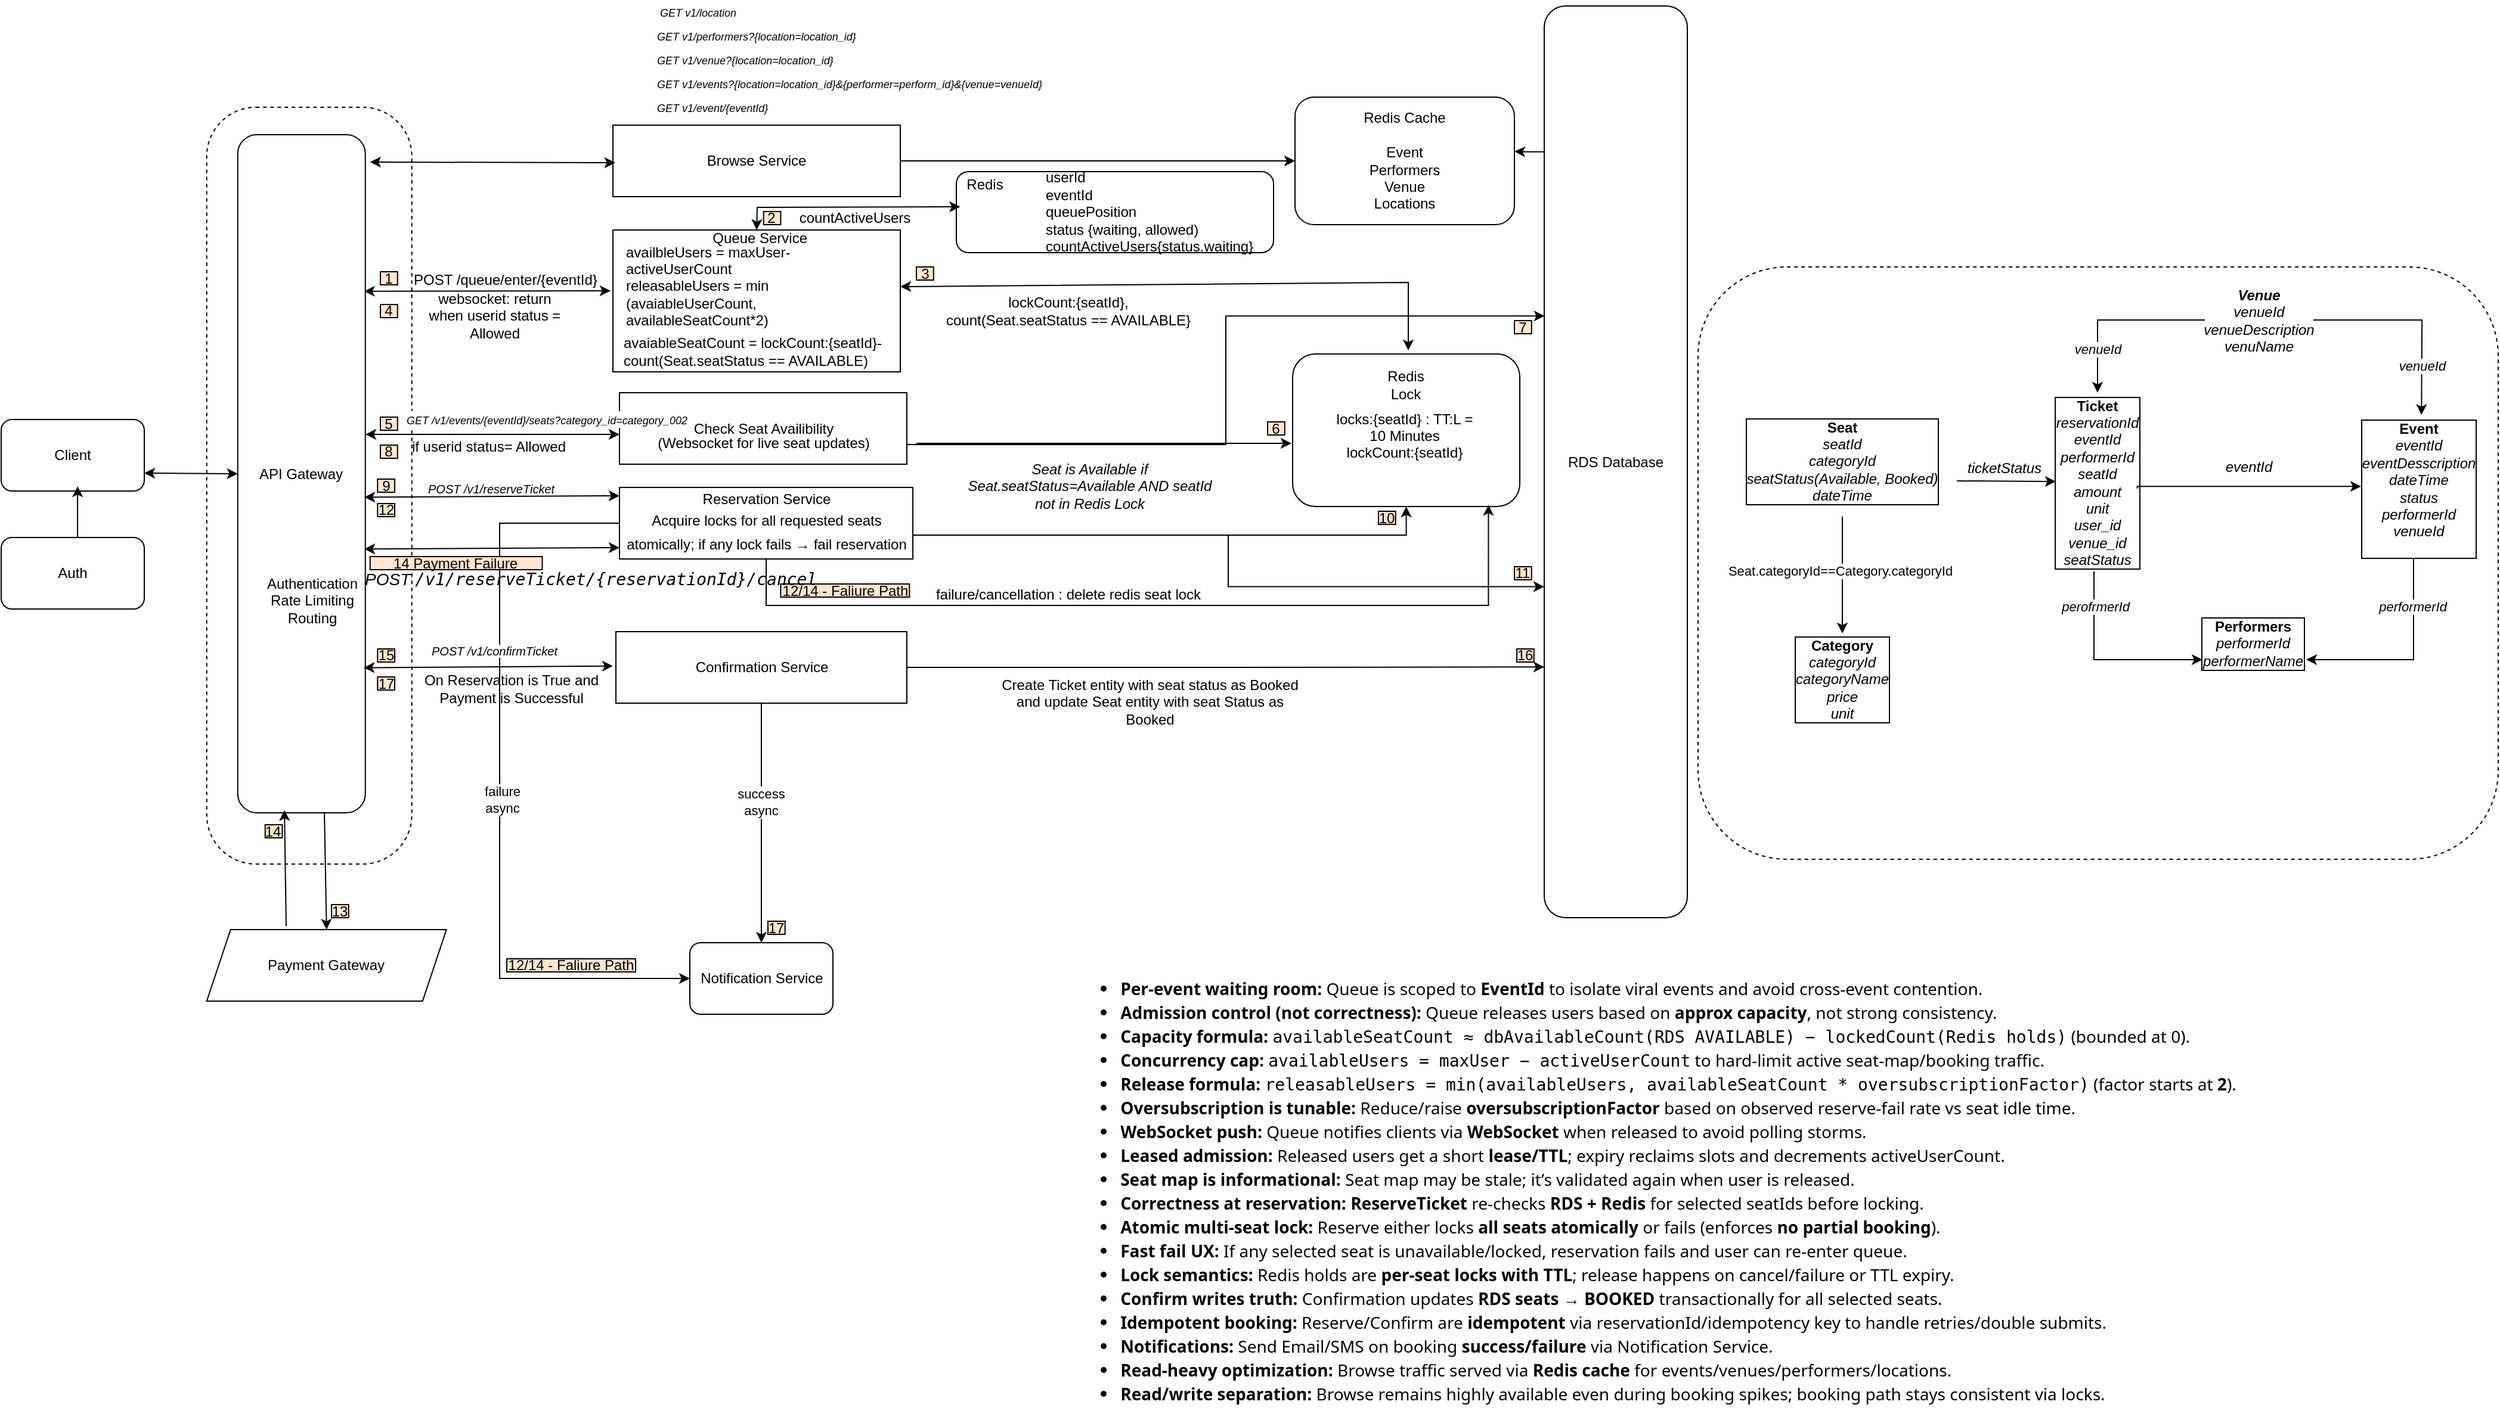
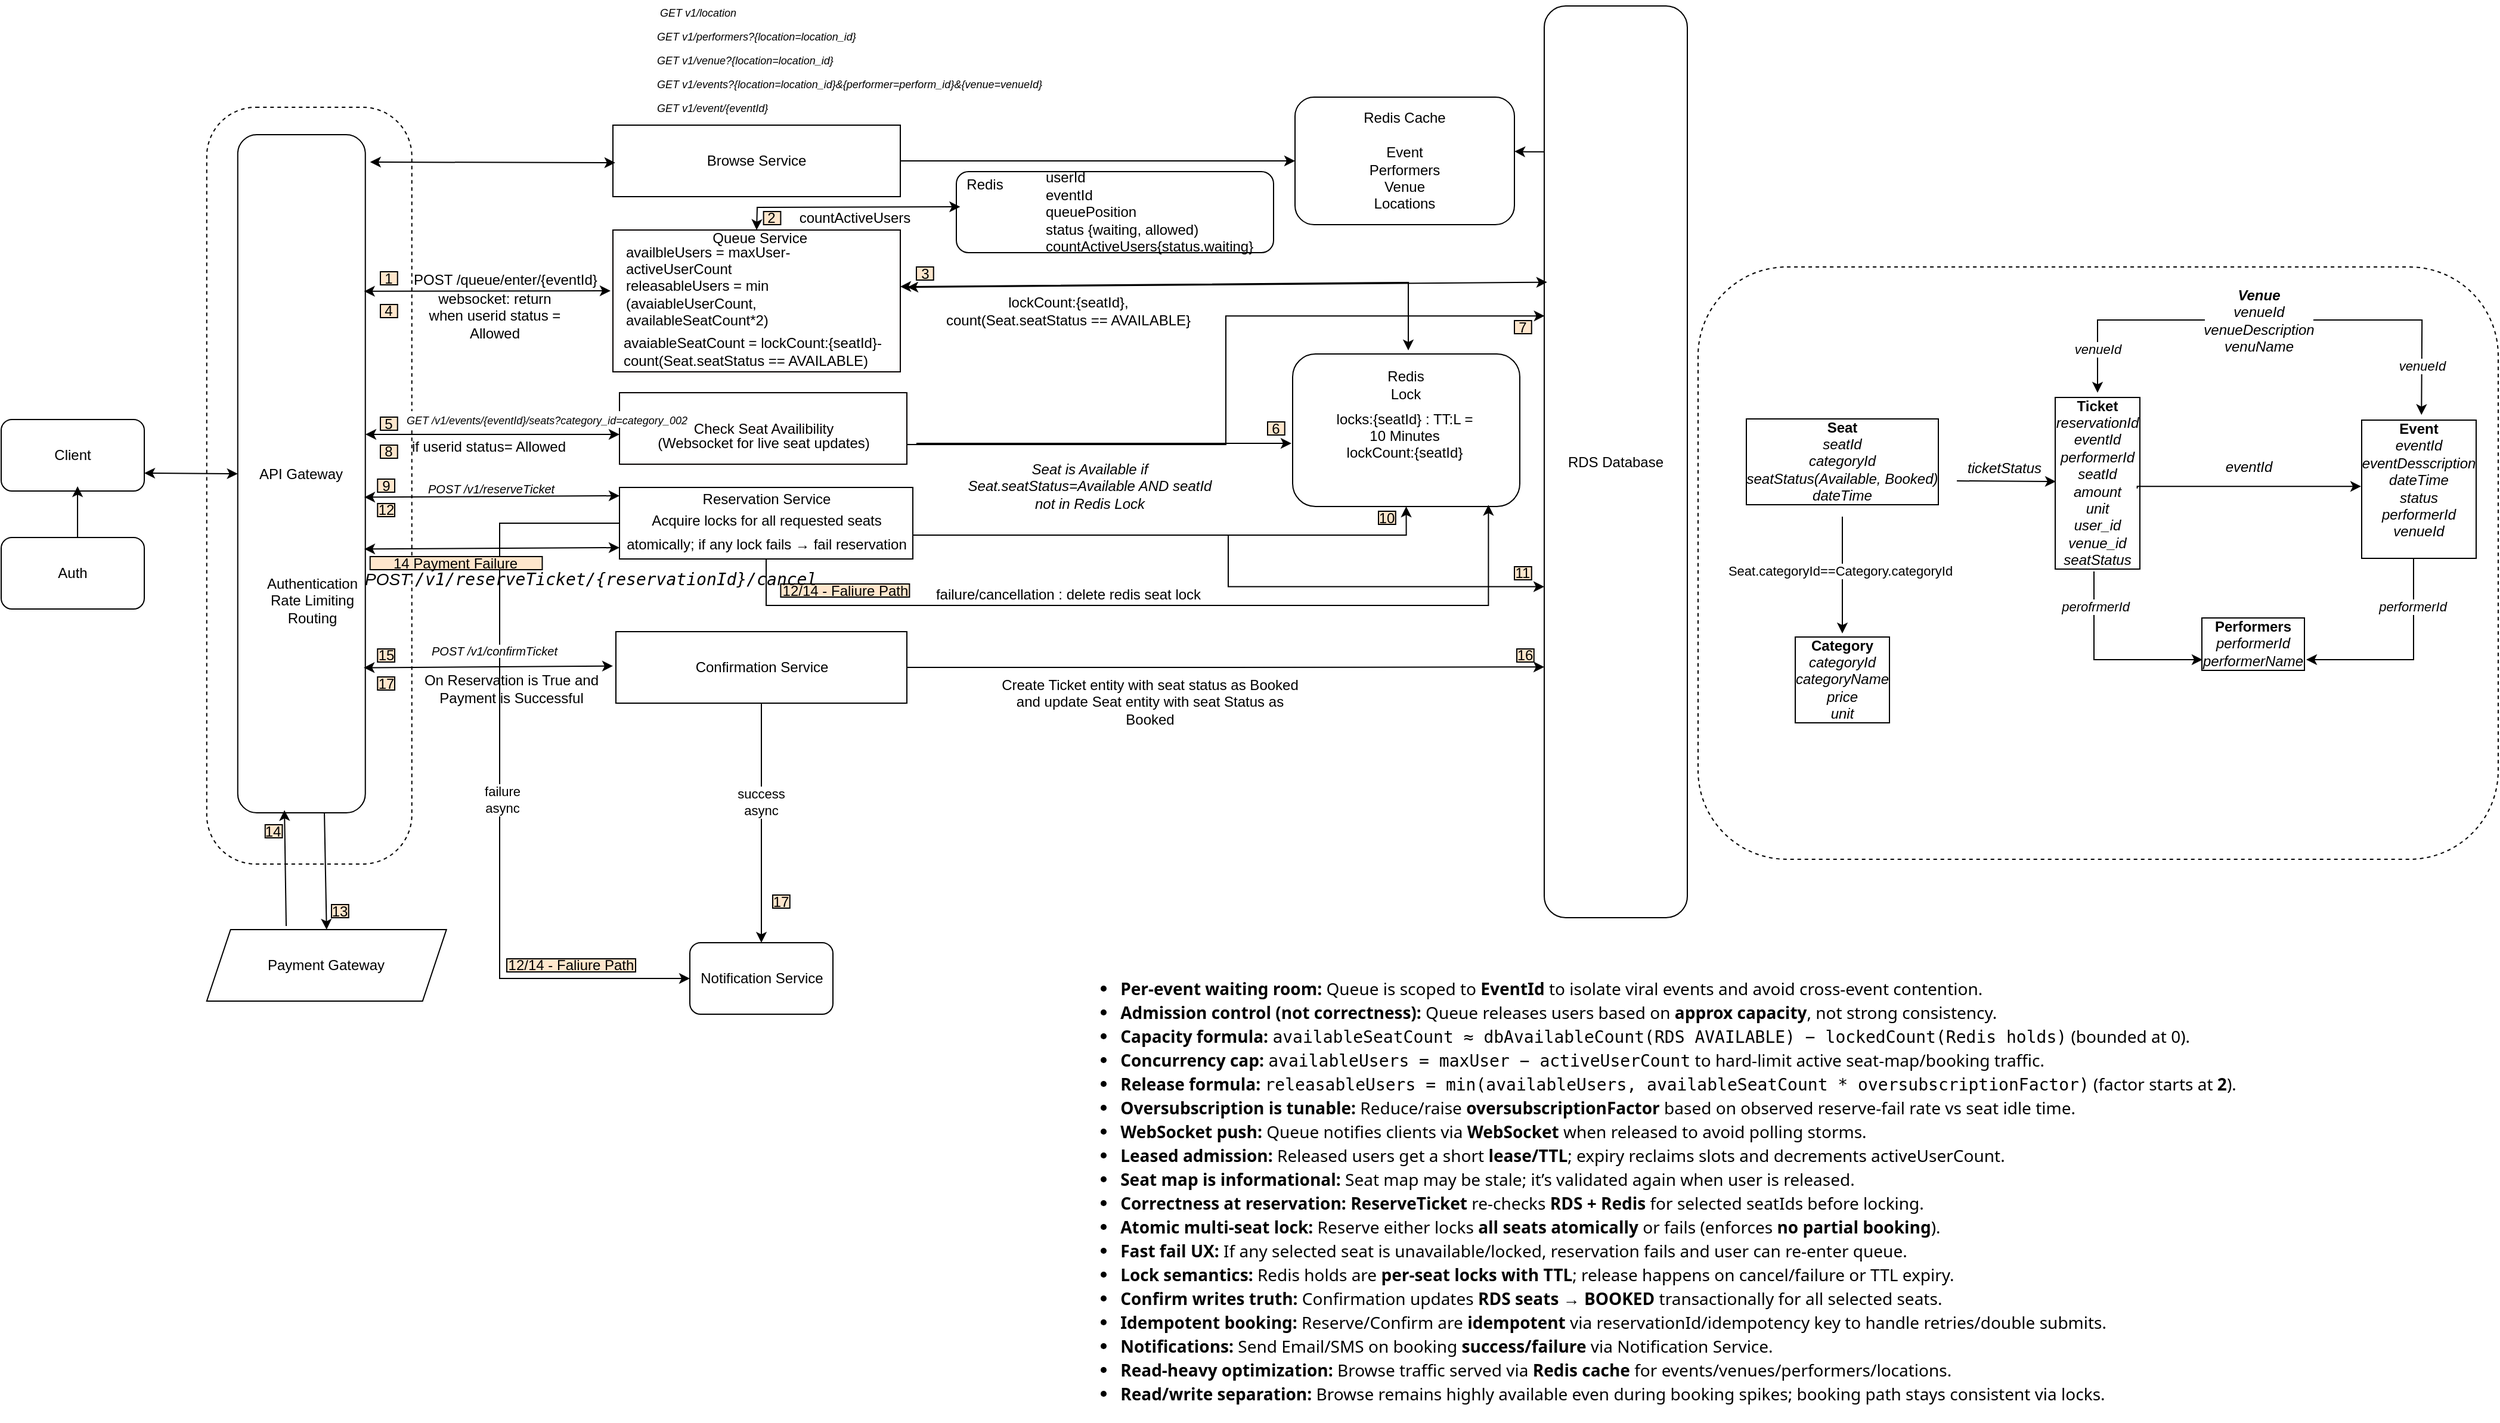
<mxfile host="Electron">
  <diagram name="Page-1" id="JTlsOs62jDvSGpNJLs1I">
-     <mxGraphModel dx="905" dy="1693" grid="0" gridSize="10" guides="1" tooltips="1" connect="1" arrows="1" fold="1" page="1" pageScale="1" pageWidth="850" pageHeight="1100" math="0" shadow="0">
+     <mxGraphModel dx="1030" dy="1856" grid="0" gridSize="10" guides="1" tooltips="1" connect="1" arrows="1" fold="1" page="1" pageScale="1" pageWidth="850" pageHeight="1100" math="0" shadow="0">
      <root>
        <mxCell id="0" />
        <mxCell id="1" parent="0" />
        <mxCell id="8WxnnMFKF0vpLti6PXvg-32" parent="1" style="rounded=1;whiteSpace=wrap;html=1;fillColor=none;dashed=1;" value="" vertex="1">
          <mxGeometry height="497" width="671" x="1471" y="112" as="geometry" />
        </mxCell>
        <mxCell id="8WxnnMFKF0vpLti6PXvg-46" parent="1" style="rounded=0;whiteSpace=wrap;html=1;strokeColor=#050000;fontColor=#FEFAE0;fillColor=none;" value="&lt;font style=&quot;color: rgb(5, 0, 0);&quot;&gt;Check Seat Availibility&lt;/font&gt;" vertex="1">
          <mxGeometry height="60" width="241" x="566.5" y="217.5" as="geometry" />
        </mxCell>
        <mxCell id="dMjLUbfOzXkTQUA531XS-1" parent="1" style="rounded=1;whiteSpace=wrap;html=1;" value="Client" vertex="1">
          <mxGeometry height="60" width="120" x="48" y="240" as="geometry" />
        </mxCell>
        <mxCell id="dMjLUbfOzXkTQUA531XS-3" edge="1" parent="1" style="endArrow=classic;startArrow=classic;html=1;rounded=0;exitX=0.464;exitY=1.008;exitDx=0;exitDy=0;exitPerimeter=0;" value="">
          <mxGeometry height="50" relative="1" width="50" as="geometry">
            <mxPoint x="112.04999999999984" y="296" as="sourcePoint" />
            <mxPoint x="112" y="366.02" as="targetPoint" />
          </mxGeometry>
        </mxCell>
        <mxCell id="dMjLUbfOzXkTQUA531XS-5" parent="1" style="rounded=1;whiteSpace=wrap;html=1;" value="Auth" vertex="1">
          <mxGeometry height="60" width="120" x="48" y="339" as="geometry" />
        </mxCell>
        <mxCell id="dMjLUbfOzXkTQUA531XS-8" parent="1" style="text;html=1;whiteSpace=wrap;strokeColor=none;fillColor=none;align=center;verticalAlign=middle;rounded=0;" value="JWT Authorizer" vertex="1">
          <mxGeometry height="30" width="88" x="269.37" y="116" as="geometry" />
        </mxCell>
        <mxCell id="dMjLUbfOzXkTQUA531XS-7" parent="1" style="rounded=1;whiteSpace=wrap;html=1;dashed=1;arcSize=24;" value="" vertex="1">
          <mxGeometry height="635" width="172" x="220.37" y="-22" as="geometry" />
        </mxCell>
        <mxCell id="dMjLUbfOzXkTQUA531XS-6" parent="1" style="rounded=1;whiteSpace=wrap;html=1;" value="API Gateway" vertex="1">
          <mxGeometry height="569" width="107" x="246.37" y="1" as="geometry" />
        </mxCell>
        <mxCell id="dMjLUbfOzXkTQUA531XS-13" edge="1" parent="1" source="dMjLUbfOzXkTQUA531XS-1" style="endArrow=classic;startArrow=classic;html=1;rounded=0;exitX=1;exitY=0.75;exitDx=0;exitDy=0;entryX=0;entryY=0.5;entryDx=0;entryDy=0;" target="dMjLUbfOzXkTQUA531XS-6" value="">
          <mxGeometry height="50" relative="1" width="50" as="geometry">
            <mxPoint x="188.37" y="358.5" as="sourcePoint" />
            <mxPoint x="463.37" y="318" as="targetPoint" />
          </mxGeometry>
        </mxCell>
        <mxCell id="dMjLUbfOzXkTQUA531XS-14" parent="1" style="text;html=1;whiteSpace=wrap;strokeColor=none;fillColor=none;align=center;verticalAlign=middle;rounded=0;" value="Authentication&lt;div&gt;Rate Limiting&lt;/div&gt;&lt;div&gt;Routing&lt;/div&gt;" vertex="1">
          <mxGeometry height="40" width="60" x="279.37" y="372" as="geometry" />
        </mxCell>
        <mxCell id="dMjLUbfOzXkTQUA531XS-15" parent="1" style="rounded=0;whiteSpace=wrap;html=1;" value="Browse Service" vertex="1">
          <mxGeometry height="60" width="241" x="561" y="-7" as="geometry" />
        </mxCell>
        <mxCell id="dMjLUbfOzXkTQUA531XS-84" edge="1" parent="1" style="edgeStyle=orthogonalEdgeStyle;rounded=0;orthogonalLoop=1;jettySize=auto;html=1;">
          <mxGeometry relative="1" as="geometry">
            <Array as="points">
              <mxPoint x="2071" y="441.5" />
            </Array>
            <mxPoint x="2071" y="356.5" as="sourcePoint" />
            <mxPoint x="1981" y="441.5" as="targetPoint" />
          </mxGeometry>
        </mxCell>
        <mxCell id="dMjLUbfOzXkTQUA531XS-90" connectable="0" parent="dMjLUbfOzXkTQUA531XS-84" style="edgeLabel;html=1;align=center;verticalAlign=middle;resizable=0;points=[];" value="&lt;i&gt;performerId&lt;/i&gt;" vertex="1">
          <mxGeometry relative="1" x="-0.5429" y="-1" as="geometry">
            <mxPoint as="offset" />
          </mxGeometry>
        </mxCell>
        <mxCell id="dMjLUbfOzXkTQUA531XS-21" parent="1" style="text;html=1;strokeColor=none;fillColor=none;align=center;verticalAlign=middle;rounded=0;labelBorderColor=default;" value="&lt;b&gt;Event&lt;/b&gt;&lt;br&gt;&lt;i&gt;eventId&lt;br&gt;eventDesscription&lt;br&gt;dateTime&lt;br&gt;status&lt;br&gt;performerId&lt;br&gt;venueId&lt;br&gt;&lt;br&gt;&lt;/i&gt;" vertex="1">
          <mxGeometry height="100" width="114" x="2018" y="247.5" as="geometry" />
        </mxCell>
        <mxCell id="dMjLUbfOzXkTQUA531XS-86" edge="1" parent="1" source="dMjLUbfOzXkTQUA531XS-25" style="edgeStyle=orthogonalEdgeStyle;rounded=0;orthogonalLoop=1;jettySize=auto;html=1;entryX=0.5;entryY=0;entryDx=0;entryDy=0;" target="dMjLUbfOzXkTQUA531XS-34">
          <mxGeometry relative="1" as="geometry" />
        </mxCell>
        <mxCell id="dMjLUbfOzXkTQUA531XS-88" connectable="0" parent="dMjLUbfOzXkTQUA531XS-86" style="edgeLabel;html=1;align=center;verticalAlign=middle;resizable=0;points=[];" value="&lt;i&gt;venueId&lt;/i&gt;" vertex="1">
          <mxGeometry relative="1" x="0.5068" as="geometry">
            <mxPoint as="offset" />
          </mxGeometry>
        </mxCell>
        <mxCell id="dMjLUbfOzXkTQUA531XS-87" edge="1" parent="1" source="dMjLUbfOzXkTQUA531XS-25" style="edgeStyle=orthogonalEdgeStyle;rounded=0;orthogonalLoop=1;jettySize=auto;html=1;">
          <mxGeometry relative="1" as="geometry">
            <mxPoint x="2077.647216796875" y="236.14708754595586" as="targetPoint" />
          </mxGeometry>
        </mxCell>
        <mxCell id="dMjLUbfOzXkTQUA531XS-89" connectable="0" parent="dMjLUbfOzXkTQUA531XS-87" style="edgeLabel;html=1;align=center;verticalAlign=middle;resizable=0;points=[];" value="&lt;i&gt;venueId&lt;/i&gt;" vertex="1">
          <mxGeometry relative="1" x="0.5135" as="geometry">
            <mxPoint as="offset" />
          </mxGeometry>
        </mxCell>
        <mxCell id="dMjLUbfOzXkTQUA531XS-25" parent="1" style="text;html=1;whiteSpace=wrap;strokeColor=none;fillColor=none;align=center;verticalAlign=middle;rounded=0;" value="&lt;i&gt;&lt;b&gt;Venue&lt;/b&gt;&lt;br&gt;venueId&lt;br&gt;venueDescription&lt;br&gt;venuName&lt;/i&gt;&lt;span style=&quot;color: rgba(0, 0, 0, 0); font-family: monospace; font-size: 0px; text-align: start; text-wrap-mode: nowrap;&quot;&gt;%3CmxGraphModel%3E%3Croot%3E%3CmxCell%20id%3D%220%22%2F%3E%3CmxCell%20id%3D%221%22%20parent%3D%220%22%2F%3E%3CmxCell%20id%3D%222%22%20parent%3D%221%22%20style%3D%22text%3Bhtml%3D1%3BwhiteSpace%3Dwrap%3BstrokeColor%3Dnone%3BfillColor%3Dnone%3Balign%3Dcenter%3BverticalAlign%3Dmiddle%3Brounded%3D0%3B%22%20value%3D%22%26lt%3Bb%26gt%3BEvent%26lt%3B%2Fb%26gt%3B%26lt%3Bbr%26gt%3B%26lt%3Bi%26gt%3BeventId%26lt%3Bbr%26gt%3BeventDesscription%26lt%3Bbr%26gt%3BdateTime%26lt%3Bbr%26gt%3Bstatus%26lt%3Bbr%26gt%3B%26lt%3Bbr%26gt%3B%26lt%3B%2Fi%26gt%3B%22%20vertex%3D%221%22%3E%3CmxGeometry%20height%3D%2233%22%20width%3D%22196%22%20x%3D%221063%22%20y%3D%22-10%22%20as%3D%22geometry%22%2F%3E%3C%2FmxCell%3E%3C%2Froot%3E%3C%2FmxGraphModel%3E&lt;/span&gt;" vertex="1">
          <mxGeometry height="67" width="91" x="1896" y="123" as="geometry" />
        </mxCell>
        <mxCell id="dMjLUbfOzXkTQUA531XS-26" parent="1" style="text;html=1;whiteSpace=wrap;strokeColor=none;fillColor=none;align=center;verticalAlign=middle;rounded=0;labelBorderColor=default;" value="&lt;b&gt;Performers&lt;/b&gt;&lt;br&gt;&lt;i&gt;performerId&lt;br&gt;performerName&lt;/i&gt;" vertex="1">
          <mxGeometry height="57" width="73" x="1900" y="399" as="geometry" />
        </mxCell>
        <mxCell id="dMjLUbfOzXkTQUA531XS-27" parent="1" style="text;html=1;whiteSpace=wrap;strokeColor=none;fillColor=none;align=left;verticalAlign=middle;rounded=0;fontFamily=Helvetica;" value="&lt;div style=&quot;line-height: 19px; white-space: pre;&quot;&gt;&lt;div style=&quot;line-height: 19px;&quot;&gt;&lt;div style=&quot;line-height: 19px;&quot;&gt;&lt;div style=&quot;line-height: 19px;&quot;&gt;&lt;div style=&quot;line-height: 19px;&quot;&gt;&lt;div style=&quot;line-height: 19px;&quot;&gt;&lt;div style=&quot;line-height: 19px;&quot;&gt;&lt;i style=&quot;&quot;&gt;&lt;font style=&quot;font-size: 9px;&quot;&gt;&lt;span&gt;&amp;nbsp;GET v&lt;/span&gt;&lt;span&gt;1&lt;/span&gt;&lt;span&gt;/location&lt;br&gt;&lt;/span&gt;&lt;/font&gt;&lt;/i&gt;&lt;div style=&quot;line-height: 19px;&quot;&gt;&lt;i&gt;&lt;font style=&quot;font-size: 9px;&quot;&gt;&lt;span&gt;GET v&lt;/span&gt;&lt;span&gt;1&lt;/span&gt;&lt;span&gt;/performers?{&lt;/span&gt;&lt;span&gt;location=location_id&lt;/span&gt;&lt;span&gt;}&lt;br&gt;&lt;/span&gt;&lt;/font&gt;&lt;/i&gt;&lt;div style=&quot;line-height: 19px;&quot;&gt;&lt;i&gt;&lt;font style=&quot;font-size: 9px;&quot;&gt;&lt;span&gt;GET v&lt;/span&gt;&lt;span&gt;1&lt;/span&gt;&lt;span&gt;/venue?{&lt;/span&gt;&lt;span&gt;location=location_id&lt;/span&gt;&lt;span&gt;}&lt;br&gt;&lt;/span&gt;&lt;/font&gt;&lt;/i&gt;&lt;div style=&quot;line-height: 19px;&quot;&gt;&lt;i&gt;&lt;font style=&quot;font-size: 9px;&quot;&gt;&lt;span&gt;GET v&lt;/span&gt;&lt;span&gt;1&lt;/span&gt;&lt;span&gt;/events?{&lt;/span&gt;&lt;span&gt;location=location_id&lt;/span&gt;&lt;span&gt;}&amp;amp;{&lt;/span&gt;&lt;span&gt;performer=perform_id&lt;/span&gt;&lt;span&gt;}&amp;amp;{&lt;/span&gt;&lt;span&gt;venue=venueId&lt;/span&gt;&lt;span&gt;}&lt;br&gt;&lt;/span&gt;&lt;/font&gt;&lt;/i&gt;&lt;div style=&quot;line-height: 19px;&quot;&gt;&lt;i&gt;&lt;font style=&quot;font-size: 9px;&quot;&gt;&lt;span&gt;GET v&lt;/span&gt;&lt;span&gt;1&lt;/span&gt;&lt;span&gt;/event/{&lt;/span&gt;&lt;span&gt;eventId&lt;/span&gt;&lt;span&gt;}&lt;/span&gt;&lt;/font&gt;&lt;/i&gt;&lt;div style=&quot;line-height: 19px;&quot;&gt;&lt;span&gt;&lt;span style=&quot;color: rgb(181, 206, 168); font-size: 14px; background-color: rgb(18, 19, 20);&quot;&gt;&lt;br&gt;&lt;/span&gt;&lt;/span&gt;&lt;/div&gt;&lt;span style=&quot;font-size: 14px; background-color: rgb(18, 19, 20); color: rgb(212, 212, 212);&quot;&gt;&lt;/span&gt;&lt;/div&gt;&lt;span style=&quot;font-size: 14px; background-color: rgb(18, 19, 20); color: rgb(212, 212, 212);&quot;&gt;&lt;/span&gt;&lt;/div&gt;&lt;span style=&quot;font-size: 14px; background-color: rgb(18, 19, 20); color: rgb(212, 212, 212);&quot;&gt;&lt;/span&gt;&lt;/div&gt;&lt;span style=&quot;font-size: 14px; background-color: rgb(18, 19, 20); color: rgb(212, 212, 212);&quot;&gt;&lt;/span&gt;&lt;/div&gt;&lt;span style=&quot;font-size: 14px; background-color: rgb(18, 19, 20); color: rgb(212, 212, 212);&quot;&gt;&lt;/span&gt;&lt;/div&gt;&lt;/div&gt;&lt;span style=&quot;color: rgb(212, 212, 212); font-size: 14px; background-color: rgb(18, 19, 20);&quot;&gt;&lt;/span&gt;&lt;/div&gt;&lt;span style=&quot;color: rgb(212, 212, 212); font-size: 14px; background-color: rgb(18, 19, 20);&quot;&gt;&lt;/span&gt;&lt;/div&gt;&lt;span style=&quot;color: rgb(212, 212, 212); font-size: 14px; background-color: rgb(18, 19, 20);&quot;&gt;&lt;/span&gt;&lt;/div&gt;&lt;span style=&quot;color: rgb(212, 212, 212); font-size: 14px; background-color: rgb(18, 19, 20);&quot;&gt;&lt;/span&gt;&lt;/div&gt;&lt;span style=&quot;color: rgb(212, 212, 212); font-size: 14px; background-color: rgb(18, 19, 20);&quot;&gt;&lt;/span&gt;&lt;/div&gt;" vertex="1">
          <mxGeometry height="30" width="60" x="596" y="-67" as="geometry" />
        </mxCell>
        <mxCell id="AtqJ98JdHEPPUzc0A_OA-76" edge="1" parent="1" source="dMjLUbfOzXkTQUA531XS-28" style="edgeStyle=orthogonalEdgeStyle;rounded=0;orthogonalLoop=1;jettySize=auto;html=1;entryX=0.5;entryY=1;entryDx=0;entryDy=0;" target="8WxnnMFKF0vpLti6PXvg-3">
          <mxGeometry relative="1" as="geometry">
            <Array as="points">
              <mxPoint x="1226" y="337" />
            </Array>
          </mxGeometry>
        </mxCell>
        <mxCell id="AtqJ98JdHEPPUzc0A_OA-117" edge="1" parent="1" source="dMjLUbfOzXkTQUA531XS-28" style="edgeStyle=orthogonalEdgeStyle;rounded=0;orthogonalLoop=1;jettySize=auto;html=1;entryX=0;entryY=0.5;entryDx=0;entryDy=0;" target="dMjLUbfOzXkTQUA531XS-63">
          <mxGeometry relative="1" as="geometry">
            <Array as="points">
              <mxPoint x="466" y="327" />
              <mxPoint x="466" y="709" />
            </Array>
          </mxGeometry>
        </mxCell>
        <mxCell id="AtqJ98JdHEPPUzc0A_OA-118" connectable="0" parent="AtqJ98JdHEPPUzc0A_OA-117" style="edgeLabel;html=1;align=center;verticalAlign=middle;resizable=0;points=[];" value="failure&lt;div&gt;async&lt;/div&gt;" vertex="1">
          <mxGeometry relative="1" x="0.0345" y="2" as="geometry">
            <mxPoint as="offset" />
          </mxGeometry>
        </mxCell>
        <mxCell id="dMjLUbfOzXkTQUA531XS-28" parent="1" style="rounded=0;whiteSpace=wrap;html=1;align=center;" value="&lt;font face=&quot;Helvetica&quot;&gt;Reservation Service&lt;br&gt;&lt;/font&gt;&lt;div style=&quot;line-height: 20px;&quot;&gt;&lt;font face=&quot;Helvetica&quot;&gt;Acquire locks for all requested seats atomically; if any lock fails → fail reservation&lt;/font&gt;&lt;/div&gt;" vertex="1">
          <mxGeometry height="60" width="246" x="566.5" y="297" as="geometry" />
        </mxCell>
        <mxCell id="dMjLUbfOzXkTQUA531XS-81" edge="1" parent="1" style="edgeStyle=orthogonalEdgeStyle;rounded=0;orthogonalLoop=1;jettySize=auto;html=1;" value="">
          <mxGeometry relative="1" as="geometry">
            <mxPoint x="1592" y="321.5" as="sourcePoint" />
            <mxPoint x="1592" y="419.5" as="targetPoint" />
          </mxGeometry>
        </mxCell>
        <mxCell id="dMjLUbfOzXkTQUA531XS-82" connectable="0" parent="dMjLUbfOzXkTQUA531XS-81" style="edgeLabel;html=1;align=center;verticalAlign=middle;resizable=0;points=[];" value="Seat.categoryId==Category.categoryId" vertex="1">
          <mxGeometry relative="1" x="-0.0865" y="-2" as="geometry">
            <mxPoint as="offset" />
          </mxGeometry>
        </mxCell>
        <mxCell id="dMjLUbfOzXkTQUA531XS-32" parent="1" style="text;html=1;whiteSpace=wrap;strokeColor=none;fillColor=none;align=center;verticalAlign=middle;rounded=0;labelBorderColor=default;" value="&lt;b&gt;Seat&lt;/b&gt;&lt;br&gt;&lt;i&gt;seatId&lt;br&gt;categoryId&lt;br&gt;seatStatus(Available, Booked)&lt;br&gt;dateTime&lt;/i&gt;" vertex="1">
          <mxGeometry height="33" width="192" x="1496" y="258.5" as="geometry" />
        </mxCell>
        <mxCell id="dMjLUbfOzXkTQUA531XS-33" parent="1" style="text;html=1;whiteSpace=wrap;strokeColor=none;fillColor=none;align=center;verticalAlign=middle;rounded=0;labelBorderColor=default;" value="&lt;b&gt;Category&lt;/b&gt;&lt;br&gt;&lt;i&gt;categoryId&lt;br&gt;categoryName&lt;br&gt;price&lt;br&gt;unit&lt;/i&gt;" vertex="1">
          <mxGeometry height="14" width="72" x="1556" y="450.5" as="geometry" />
        </mxCell>
        <mxCell id="dMjLUbfOzXkTQUA531XS-79" edge="1" parent="1" source="dMjLUbfOzXkTQUA531XS-34" style="edgeStyle=orthogonalEdgeStyle;rounded=0;orthogonalLoop=1;jettySize=auto;html=1;exitX=0.962;exitY=0.536;exitDx=0;exitDy=0;exitPerimeter=0;">
          <mxGeometry relative="1" as="geometry">
            <Array as="points">
              <mxPoint x="1839" y="296" />
            </Array>
            <mxPoint x="1862" y="296.5" as="sourcePoint" />
            <mxPoint x="2027.04347826087" y="296.07" as="targetPoint" />
          </mxGeometry>
        </mxCell>
        <mxCell id="dMjLUbfOzXkTQUA531XS-83" edge="1" parent="1" source="dMjLUbfOzXkTQUA531XS-34" style="edgeStyle=orthogonalEdgeStyle;rounded=0;orthogonalLoop=1;jettySize=auto;html=1;">
          <mxGeometry relative="1" as="geometry">
            <Array as="points">
              <mxPoint x="1803" y="441.5" />
            </Array>
            <mxPoint x="1894" y="441.5" as="targetPoint" />
          </mxGeometry>
        </mxCell>
        <mxCell id="dMjLUbfOzXkTQUA531XS-91" connectable="0" parent="dMjLUbfOzXkTQUA531XS-83" style="edgeLabel;html=1;align=center;verticalAlign=middle;resizable=0;points=[];" value="&lt;i&gt;perofrmerId&lt;/i&gt;" vertex="1">
          <mxGeometry relative="1" x="-0.6414" y="1" as="geometry">
            <mxPoint as="offset" />
          </mxGeometry>
        </mxCell>
        <mxCell id="dMjLUbfOzXkTQUA531XS-34" parent="1" style="text;html=1;whiteSpace=wrap;strokeColor=none;fillColor=none;align=center;verticalAlign=middle;rounded=0;labelBorderColor=default;" value="&lt;b&gt;Ticket&lt;/b&gt;&lt;br&gt;&lt;i&gt;reservationId&lt;br&gt;eventId&lt;br&gt;performerId&lt;br&gt;seatId&lt;br&gt;amount&lt;br&gt;unit&lt;br&gt;user_id&lt;br&gt;venue_id&lt;br&gt;seatStatus&lt;/i&gt;" vertex="1">
          <mxGeometry height="150" width="72" x="1770" y="217.5" as="geometry" />
        </mxCell>
        <mxCell id="dMjLUbfOzXkTQUA531XS-37" parent="1" style="rounded=1;whiteSpace=wrap;html=1;" value="Redis Cache&lt;br&gt;&lt;br&gt;Event&lt;br&gt;Performers&lt;br&gt;Venue&lt;br&gt;Locations" vertex="1">
          <mxGeometry height="107" width="184" x="1133" y="-30.5" as="geometry" />
        </mxCell>
        <mxCell id="dMjLUbfOzXkTQUA531XS-47" parent="1" style="text;whiteSpace=wrap;html=1;fontFamily=Helvetica;" value="&lt;span style=&quot;color: rgb(0, 0, 0); font-size: 10px; font-style: italic; font-variant-ligatures: normal; font-variant-caps: normal; font-weight: 400; letter-spacing: normal; orphans: 2; text-align: right; text-indent: 0px; text-transform: none; widows: 2; word-spacing: 0px; -webkit-text-stroke-width: 0px; white-space: pre; background-color: rgb(255, 255, 255); text-decoration-thickness: initial; text-decoration-style: initial; text-decoration-color: initial; float: none; display: inline !important;&quot;&gt;POST /v1/confirmTicket&lt;/span&gt;" vertex="1">
          <mxGeometry height="36" width="149" x="406.9961162860577" y="420.0031144831728" as="geometry" />
        </mxCell>
        <mxCell id="dMjLUbfOzXkTQUA531XS-55" parent="1" style="shape=parallelogram;perimeter=parallelogramPerimeter;whiteSpace=wrap;html=1;fixedSize=1;" value="Payment Gateway" vertex="1">
          <mxGeometry height="60" width="201" x="220.37" y="668" as="geometry" />
        </mxCell>
        <mxCell id="AtqJ98JdHEPPUzc0A_OA-119" edge="1" parent="1" source="dMjLUbfOzXkTQUA531XS-57" style="edgeStyle=orthogonalEdgeStyle;rounded=0;orthogonalLoop=1;jettySize=auto;html=1;" target="dMjLUbfOzXkTQUA531XS-63">
          <mxGeometry relative="1" as="geometry" />
        </mxCell>
        <mxCell id="AtqJ98JdHEPPUzc0A_OA-120" connectable="0" parent="AtqJ98JdHEPPUzc0A_OA-119" style="edgeLabel;html=1;align=center;verticalAlign=middle;resizable=0;points=[];" value="success&lt;div&gt;async&lt;/div&gt;" vertex="1">
          <mxGeometry relative="1" x="-0.1773" y="-1" as="geometry">
            <mxPoint as="offset" />
          </mxGeometry>
        </mxCell>
        <mxCell id="dMjLUbfOzXkTQUA531XS-57" parent="1" style="rounded=0;whiteSpace=wrap;html=1;" value="Confirmation Service" vertex="1">
          <mxGeometry height="60" width="244" x="563.5" y="418" as="geometry" />
        </mxCell>
        <mxCell id="dMjLUbfOzXkTQUA531XS-63" parent="1" style="rounded=1;whiteSpace=wrap;html=1;" value="Notification Service" vertex="1">
          <mxGeometry height="60" width="120" x="625.5" y="679" as="geometry" />
        </mxCell>
        <mxCell id="dMjLUbfOzXkTQUA531XS-67" parent="1" style="text;html=1;whiteSpace=wrap;strokeColor=none;fillColor=none;align=center;verticalAlign=middle;rounded=0;" value="&lt;i&gt;ticketStatus&lt;/i&gt;" vertex="1">
          <mxGeometry height="32.5" width="62" x="1697" y="264.5" as="geometry" />
        </mxCell>
        <mxCell id="dMjLUbfOzXkTQUA531XS-73" edge="1" parent="1" source="dMjLUbfOzXkTQUA531XS-32" style="endArrow=classic;html=1;rounded=0;exitX=1;exitY=1;exitDx=0;exitDy=0;" value="">
          <mxGeometry height="50" relative="1" width="50" as="geometry">
            <mxPoint x="1848" y="188.5" as="sourcePoint" />
            <mxPoint x="1771" y="292" as="targetPoint" />
          </mxGeometry>
        </mxCell>
        <mxCell id="dMjLUbfOzXkTQUA531XS-80" parent="1" style="text;html=1;whiteSpace=wrap;strokeColor=none;fillColor=none;align=center;verticalAlign=middle;rounded=0;" value="&lt;i&gt;eventId&lt;/i&gt;" vertex="1">
          <mxGeometry height="32" width="158" x="1854" y="263.5" as="geometry" />
        </mxCell>
        <mxCell id="8WxnnMFKF0vpLti6PXvg-3" parent="1" style="rounded=1;whiteSpace=wrap;html=1;" value="&lt;span style=&quot;color: rgba(0, 0, 0, 0); font-family: monospace; font-size: 0px; text-align: start; white-space: nowrap;&quot;&gt;%3CmxGraphModel%3E%3Croot%3E%3CmxCell%20id%3D%220%22%2F%3E%3CmxCell%20id%3D%221%22%20parent%3D%220%22%2F%3E%3CmxCell%20id%3D%222%22%20parent%3D%221%22%20style%3D%22rounded%3D1%3BwhiteSpace%3Dwrap%3Bhtml%3D1%3B%22%20value%3D%22Redis%20Cache%20Layer%26lt%3Bbr%26gt%3BTTL%22%20vertex%3D%221%22%3E%3CmxGeometry%20height%3D%22107%22%20width%3D%22120%22%20x%3D%221192%22%20y%3D%22-30.5%22%20as%3D%22geometry%22%2F%3E%3C%2FmxCell%3E%3C%2Froot%3E%3C%2FmxGraphModel%3E&lt;/span&gt;" vertex="1">
          <mxGeometry height="128" width="190.5" x="1131" y="185" as="geometry" />
        </mxCell>
        <mxCell id="8WxnnMFKF0vpLti6PXvg-12" parent="1" style="text;html=1;whiteSpace=wrap;strokeColor=none;fillColor=none;align=center;verticalAlign=middle;rounded=0;" value="On Reservation is True and Payment is Successful" vertex="1">
          <mxGeometry height="30" width="196" x="378" y="450.5" as="geometry" />
        </mxCell>
        <mxCell id="8WxnnMFKF0vpLti6PXvg-29" edge="1" parent="1" source="dMjLUbfOzXkTQUA531XS-6" style="endArrow=classic;html=1;rounded=0;fontColor=#FEFAE0;entryX=0.5;entryY=0;entryDx=0;entryDy=0;exitX=0.679;exitY=1;exitDx=0;exitDy=0;exitPerimeter=0;" target="dMjLUbfOzXkTQUA531XS-55" value="">
          <mxGeometry height="50" relative="1" width="50" as="geometry">
            <mxPoint x="715" y="503" as="sourcePoint" />
            <mxPoint x="765" y="453" as="targetPoint" />
          </mxGeometry>
        </mxCell>
        <mxCell id="8WxnnMFKF0vpLti6PXvg-30" edge="1" parent="1" style="endArrow=classic;html=1;rounded=0;fontColor=#FEFAE0;entryX=0.366;entryY=0.996;entryDx=0;entryDy=0;entryPerimeter=0;" target="dMjLUbfOzXkTQUA531XS-6" value="">
          <mxGeometry height="50" relative="1" width="50" as="geometry">
            <mxPoint x="287" y="665" as="sourcePoint" />
            <mxPoint x="786" y="515" as="targetPoint" />
          </mxGeometry>
        </mxCell>
        <mxCell id="8WxnnMFKF0vpLti6PXvg-31" parent="1" style="text;whiteSpace=wrap;html=1;" value="&lt;div style=&quot;forced-color-adjust: none; text-align: left;&quot;&gt;&lt;span style=&quot;forced-color-adjust: none; font-size: 10px; background-color: rgb(255, 255, 255); color: light-dark(rgb(0, 0, 0), rgb(255, 255, 255));&quot;&gt;&lt;i&gt;POST /v1/reserveTicket&lt;/i&gt;&lt;/span&gt;&lt;/div&gt;" vertex="1">
          <mxGeometry height="24" width="134" x="404" y="283.5" as="geometry" />
        </mxCell>
        <mxCell id="8WxnnMFKF0vpLti6PXvg-43" parent="1" style="rounded=1;whiteSpace=wrap;html=1;fillColor=none;" value="RDS Database" vertex="1">
          <mxGeometry height="765" width="120" x="1342" y="-107" as="geometry" />
        </mxCell>
        <mxCell id="8WxnnMFKF0vpLti6PXvg-49" edge="1" parent="1" style="endArrow=classic;startArrow=classic;html=1;rounded=0;fontColor=#FEFAE0;entryX=0.008;entryY=0.659;entryDx=0;entryDy=0;entryPerimeter=0;" value="">
          <mxGeometry height="50" relative="1" width="50" as="geometry">
            <mxPoint x="357.37" y="24" as="sourcePoint" />
            <mxPoint x="562.9279999999999" y="24.54000000000019" as="targetPoint" />
          </mxGeometry>
        </mxCell>
        <mxCell id="8WxnnMFKF0vpLti6PXvg-56" edge="1" parent="1" source="dMjLUbfOzXkTQUA531XS-6" style="endArrow=classic;startArrow=classic;html=1;rounded=0;fontColor=#FEFAE0;entryX=0;entryY=0.5;entryDx=0;entryDy=0;exitX=0.988;exitY=0.786;exitDx=0;exitDy=0;exitPerimeter=0;" value="">
          <mxGeometry height="50" relative="1" width="50" as="geometry">
            <mxPoint x="358" y="448" as="sourcePoint" />
            <mxPoint x="561" y="446.82" as="targetPoint" />
          </mxGeometry>
        </mxCell>
        <mxCell id="8WxnnMFKF0vpLti6PXvg-61" edge="1" parent="1" source="dMjLUbfOzXkTQUA531XS-15" style="edgeStyle=orthogonalEdgeStyle;rounded=0;orthogonalLoop=1;jettySize=auto;html=1;entryX=0;entryY=0.5;entryDx=0;entryDy=0;fontColor=#FEFAE0;" target="dMjLUbfOzXkTQUA531XS-37">
          <mxGeometry relative="1" as="geometry">
            <mxPoint x="1127.54" y="23.160000000000082" as="targetPoint" />
          </mxGeometry>
        </mxCell>
        <mxCell id="8WxnnMFKF0vpLti6PXvg-63" parent="1" style="text;html=1;labelBackgroundColor=default;rounded=1;labelBorderColor=none;whiteSpace=wrap;fontFamily=Helvetica;" value="&lt;i style=&quot;forced-color-adjust: none; color: rgb(0, 0, 0); font-size: 12px; font-variant-ligatures: normal; font-variant-caps: normal; font-weight: 400; letter-spacing: normal; orphans: 2; text-align: left; text-indent: 0px; text-transform: none; widows: 2; word-spacing: 0px; -webkit-text-stroke-width: 0px; white-space: pre; text-decoration-thickness: initial; text-decoration-style: initial; text-decoration-color: initial;&quot;&gt;&lt;font style=&quot;forced-color-adjust: none; font-size: 9px;&quot;&gt;&lt;span style=&quot;forced-color-adjust: none;&quot;&gt;GET /v&lt;/span&gt;&lt;span style=&quot;forced-color-adjust: none;&quot;&gt;1&lt;/span&gt;&lt;span style=&quot;forced-color-adjust: none;&quot;&gt;/events/{&lt;/span&gt;&lt;span style=&quot;forced-color-adjust: none;&quot;&gt;eventId&lt;/span&gt;&lt;span style=&quot;forced-color-adjust: none;&quot;&gt;}/seats?category_id=category_&lt;/span&gt;&lt;/font&gt;&lt;/i&gt;&lt;span style=&quot;forced-color-adjust: none; color: rgb(0, 0, 0); font-size: 12px; font-style: normal; font-variant-ligatures: normal; font-variant-caps: normal; font-weight: 400; letter-spacing: normal; orphans: 2; text-align: left; text-indent: 0px; text-transform: none; widows: 2; word-spacing: 0px; -webkit-text-stroke-width: 0px; white-space: pre; text-decoration-thickness: initial; text-decoration-style: initial; text-decoration-color: initial;&quot;&gt;&lt;i style=&quot;forced-color-adjust: none;&quot;&gt;&lt;font style=&quot;forced-color-adjust: none; font-size: 9px;&quot;&gt;002&lt;/font&gt;&lt;/i&gt;&lt;/span&gt;" vertex="1">
          <mxGeometry height="36" width="235.63" x="386" y="225.5" as="geometry" />
        </mxCell>
        <mxCell id="8WxnnMFKF0vpLti6PXvg-73" parent="1" style="text;html=1;whiteSpace=wrap;align=center;verticalAlign=middle;rounded=0;" value="Create Ticket entity with seat status as Booked and update Seat entity with seat Status as Booked" vertex="1">
          <mxGeometry height="30" width="255" x="884" y="462" as="geometry" />
        </mxCell>
        <mxCell id="AtqJ98JdHEPPUzc0A_OA-4" edge="1" parent="1" source="dMjLUbfOzXkTQUA531XS-6" style="endArrow=classic;startArrow=classic;html=1;rounded=0;exitX=0.99;exitY=0.231;exitDx=0;exitDy=0;exitPerimeter=0;" value="">
          <mxGeometry height="50" relative="1" width="50" as="geometry">
            <mxPoint x="436" y="113" as="sourcePoint" />
            <mxPoint x="559" y="132" as="targetPoint" />
          </mxGeometry>
        </mxCell>
        <mxCell id="AtqJ98JdHEPPUzc0A_OA-12" parent="1" style="text;html=1;whiteSpace=wrap;strokeColor=none;fillColor=none;align=center;verticalAlign=middle;rounded=0;" value="(Websocket for live seat updates)" vertex="1">
          <mxGeometry height="30" width="257" x="558.5" y="245" as="geometry" />
        </mxCell>
        <mxCell id="AtqJ98JdHEPPUzc0A_OA-16" parent="1" style="rounded=0;whiteSpace=wrap;html=1;strokeColor=#050000;fontColor=#FEFAE0;fillColor=none;" value="" vertex="1">
          <mxGeometry height="119" width="241" x="561" y="81" as="geometry" />
        </mxCell>
        <mxCell id="AtqJ98JdHEPPUzc0A_OA-33" edge="1" parent="1" style="endArrow=classic;startArrow=classic;html=1;rounded=0;exitX=0.992;exitY=0.575;exitDx=0;exitDy=0;exitPerimeter=0;entryX=0;entryY=0.5;entryDx=0;entryDy=0;" value="">
          <mxGeometry height="50" relative="1" width="50" as="geometry">
            <mxPoint x="352.5140000000001" y="305.17499999999995" as="sourcePoint" />
            <mxPoint x="566.5" y="304" as="targetPoint" />
          </mxGeometry>
        </mxCell>
        <mxCell id="AtqJ98JdHEPPUzc0A_OA-34" edge="1" parent="1" style="endArrow=classic;startArrow=classic;html=1;rounded=0;exitX=0.983;exitY=0.586;exitDx=0;exitDy=0;exitPerimeter=0;entryX=0;entryY=0.5;entryDx=0;entryDy=0;" value="">
          <mxGeometry height="50" relative="1" width="50" as="geometry">
            <mxPoint x="353.5" y="252.5" as="sourcePoint" />
            <mxPoint x="566.5" y="252.5" as="targetPoint" />
          </mxGeometry>
        </mxCell>
        <mxCell id="AtqJ98JdHEPPUzc0A_OA-37" parent="1" style="text;html=1;whiteSpace=wrap;strokeColor=none;fillColor=none;align=center;verticalAlign=middle;rounded=0;fontStyle=2;fontFamily=Helvetica;" value="Seat is Available if Seat.seatStatus=Available AND seatId not in Redis Lock" vertex="1">
          <mxGeometry height="30" width="222" x="850" y="280.5" as="geometry" />
        </mxCell>
        <mxCell id="AtqJ98JdHEPPUzc0A_OA-39" parent="1" style="text;html=1;whiteSpace=wrap;strokeColor=none;fillColor=none;align=center;verticalAlign=middle;rounded=0;" value="Queue Service&amp;nbsp;" vertex="1">
          <mxGeometry height="41" width="120" x="625.5" y="67" as="geometry" />
        </mxCell>
        <mxCell id="AtqJ98JdHEPPUzc0A_OA-41" parent="1" style="text;html=1;whiteSpace=wrap;strokeColor=none;fillColor=none;align=center;verticalAlign=middle;rounded=0;" value="POST /queue/enter/{eventId}" vertex="1">
          <mxGeometry height="30" width="164" x="389" y="108" as="geometry" />
        </mxCell>
        <mxCell id="AtqJ98JdHEPPUzc0A_OA-49" parent="1" style="text;html=1;whiteSpace=wrap;strokeColor=none;fillColor=none;align=center;verticalAlign=middle;rounded=0;" value="locks:{seatId} : TT:L = 10 Minutes&lt;br&gt;lockCount:{seatId}&lt;br&gt;&lt;br&gt;&lt;div&gt;&lt;br&gt;&lt;/div&gt;" vertex="1">
          <mxGeometry height="45.5" width="128" x="1161" y="245" as="geometry" />
        </mxCell>
        <mxCell id="AtqJ98JdHEPPUzc0A_OA-50" parent="1" style="text;html=1;whiteSpace=wrap;strokeColor=none;fillColor=none;align=center;verticalAlign=middle;rounded=0;" value="Redis Lock" vertex="1">
          <mxGeometry height="30" width="60" x="1196.25" y="195.5" as="geometry" />
        </mxCell>
        <mxCell id="AtqJ98JdHEPPUzc0A_OA-52" edge="1" parent="1" source="8WxnnMFKF0vpLti6PXvg-43" style="edgeStyle=orthogonalEdgeStyle;rounded=0;orthogonalLoop=1;jettySize=auto;html=1;exitX=-0.002;exitY=0.16;exitDx=0;exitDy=0;exitPerimeter=0;">
          <mxGeometry relative="1" as="geometry">
            <Array as="points">
              <mxPoint x="1327" y="15" />
            </Array>
            <mxPoint x="1336.7058823529412" y="15.499999999999773" as="sourcePoint" />
            <mxPoint x="1317" y="15" as="targetPoint" />
          </mxGeometry>
        </mxCell>
        <mxCell id="AtqJ98JdHEPPUzc0A_OA-54" edge="1" parent="1" style="endArrow=classic;startArrow=classic;html=1;rounded=0;exitX=1;exitY=0.5;exitDx=0;exitDy=0;" value="">
          <mxGeometry height="50" relative="1" width="50" as="geometry">
            <Array as="points">
              <mxPoint x="1228" y="125" />
            </Array>
            <mxPoint x="802" y="128.5" as="sourcePoint" />
            <mxPoint x="1228" y="182" as="targetPoint" />
          </mxGeometry>
        </mxCell>
        <mxCell id="AtqJ98JdHEPPUzc0A_OA-56" edge="1" parent="1" source="AtqJ98JdHEPPUzc0A_OA-12" style="edgeStyle=orthogonalEdgeStyle;rounded=0;orthogonalLoop=1;jettySize=auto;html=1;">
          <mxGeometry relative="1" as="geometry">
            <mxPoint x="1130" y="260" as="targetPoint" />
          </mxGeometry>
        </mxCell>
        <mxCell id="AtqJ98JdHEPPUzc0A_OA-57" edge="1" parent="1" source="8WxnnMFKF0vpLti6PXvg-46" style="edgeStyle=orthogonalEdgeStyle;rounded=0;orthogonalLoop=1;jettySize=auto;html=1;entryX=0.003;entryY=0.34;entryDx=0;entryDy=0;entryPerimeter=0;" target="8WxnnMFKF0vpLti6PXvg-43">
          <mxGeometry relative="1" as="geometry">
            <Array as="points">
              <mxPoint x="1075" y="261" />
              <mxPoint x="1075" y="153" />
            </Array>
          </mxGeometry>
        </mxCell>
        <mxCell id="AtqJ98JdHEPPUzc0A_OA-61" parent="1" style="rounded=1;whiteSpace=wrap;html=1;" value="" vertex="1">
          <mxGeometry height="68" width="266" x="849" y="32" as="geometry" />
        </mxCell>
        <mxCell id="AtqJ98JdHEPPUzc0A_OA-62" edge="1" parent="1" source="AtqJ98JdHEPPUzc0A_OA-16" style="endArrow=classic;startArrow=classic;html=1;rounded=0;entryX=0.012;entryY=0.434;entryDx=0;entryDy=0;exitX=0.5;exitY=0;exitDx=0;exitDy=0;entryPerimeter=0;" target="AtqJ98JdHEPPUzc0A_OA-61" value="">
          <mxGeometry height="50" relative="1" width="50" as="geometry">
            <Array as="points">
              <mxPoint x="682" y="62" />
            </Array>
            <mxPoint x="700" y="62" as="sourcePoint" />
            <mxPoint x="928" y="266" as="targetPoint" />
          </mxGeometry>
        </mxCell>
        <mxCell id="AtqJ98JdHEPPUzc0A_OA-63" parent="1" style="text;html=1;whiteSpace=wrap;strokeColor=none;fillColor=none;align=center;verticalAlign=middle;rounded=0;" value="countActiveUsers" vertex="1">
          <mxGeometry height="30" width="60" x="734" y="56" as="geometry" />
        </mxCell>
        <mxCell id="AtqJ98JdHEPPUzc0A_OA-64" parent="1" style="text;html=1;whiteSpace=wrap;strokeColor=none;fillColor=none;align=left;verticalAlign=middle;rounded=0;labelBorderColor=none;" value="availbleUsers = maxUser-activeUserCount&lt;br&gt;releasableUsers = min (avaiableUserCount, availableSeatCount*2)" vertex="1">
          <mxGeometry height="62" width="145" x="570" y="97" as="geometry" />
        </mxCell>
        <mxCell id="AtqJ98JdHEPPUzc0A_OA-67" parent="1" style="text;html=1;whiteSpace=wrap;strokeColor=none;fillColor=none;align=left;verticalAlign=middle;rounded=0;labelBorderColor=none;" value="userId&lt;br&gt;eventId&lt;br&gt;queuePosition&lt;br&gt;status {waiting, allowed)&lt;br&gt;countActiveUsers{status.waiting}&lt;br&gt;&lt;div&gt;&lt;br&gt;&lt;/div&gt;" vertex="1">
          <mxGeometry width="161" x="922" y="73" as="geometry" />
        </mxCell>
        <mxCell id="AtqJ98JdHEPPUzc0A_OA-72" parent="1" style="text;html=1;whiteSpace=wrap;strokeColor=none;fillColor=none;align=center;verticalAlign=middle;rounded=0;" value="Redis" vertex="1">
          <mxGeometry height="30" width="60" x="843" y="28" as="geometry" />
        </mxCell>
        <mxCell id="AtqJ98JdHEPPUzc0A_OA-73" parent="1" style="text;html=1;whiteSpace=wrap;strokeColor=none;fillColor=none;align=center;verticalAlign=middle;rounded=0;" value="websocket: return when userid status = Allowed" vertex="1">
          <mxGeometry height="30" width="126" x="399" y="138" as="geometry" />
        </mxCell>
        <mxCell id="AtqJ98JdHEPPUzc0A_OA-74" parent="1" style="text;html=1;whiteSpace=wrap;strokeColor=none;fillColor=none;align=center;verticalAlign=middle;rounded=0;" value="if userid status= Allowed" vertex="1">
          <mxGeometry height="30" width="162" x="376" y="247.5" as="geometry" />
        </mxCell>
        <mxCell id="AtqJ98JdHEPPUzc0A_OA-77" edge="1" parent="1" source="dMjLUbfOzXkTQUA531XS-28" style="edgeStyle=orthogonalEdgeStyle;rounded=0;orthogonalLoop=1;jettySize=auto;html=1;entryX=0;entryY=0.637;entryDx=0;entryDy=0;entryPerimeter=0;" target="8WxnnMFKF0vpLti6PXvg-43">
          <mxGeometry relative="1" as="geometry">
            <Array as="points">
              <mxPoint x="1077" y="337" />
              <mxPoint x="1077" y="380" />
            </Array>
          </mxGeometry>
        </mxCell>
        <mxCell id="AtqJ98JdHEPPUzc0A_OA-78" parent="1" style="text;html=1;whiteSpace=wrap;strokeColor=none;fillColor=none;align=center;verticalAlign=middle;rounded=0;" value="lockCount:{seatId}, &lt;br&gt;count(Seat.seatStatus == AVAILABLE}" vertex="1">
          <mxGeometry height="30" width="246" x="820" y="134" as="geometry" />
        </mxCell>
        <mxCell id="AtqJ98JdHEPPUzc0A_OA-79" parent="1" style="text;html=1;whiteSpace=wrap;strokeColor=none;fillColor=none;align=left;verticalAlign=middle;rounded=0;" value="&lt;span style=&quot;&quot;&gt;avaiableSeatCount = lockCount:{seatId}- count(Seat.seatStatus == AVAILABLE)&amp;nbsp;&lt;/span&gt;" vertex="1">
          <mxGeometry height="30" width="242" x="568" y="168" as="geometry" />
        </mxCell>
        <mxCell id="AtqJ98JdHEPPUzc0A_OA-80" parent="1" style="text;html=1;whiteSpace=wrap;strokeColor=none;fillColor=none;align=center;verticalAlign=middle;rounded=0;" value="&lt;div style=&quot;text-align: start; font-family: &amp;quot;Segoe UI&amp;quot;; font-size: 14px; line-height: 20px;&quot;&gt;&lt;ul&gt;&lt;li&gt;&lt;strong&gt;Per-event waiting room:&lt;/strong&gt; Queue is scoped to &lt;strong&gt;EventId&lt;/strong&gt; to isolate viral events and avoid cross-event contention.&lt;/li&gt;&lt;li&gt;&lt;strong&gt;Admission control (not correctness):&lt;/strong&gt; Queue releases users based on &lt;strong&gt;approx capacity&lt;/strong&gt;, not strong consistency.&lt;/li&gt;&lt;li&gt;&lt;strong&gt;Capacity formula:&lt;/strong&gt; &lt;code&gt;availableSeatCount ≈ dbAvailableCount(RDS AVAILABLE) − lockedCount(Redis holds)&lt;/code&gt; (bounded at 0).&lt;/li&gt;&lt;li&gt;&lt;strong&gt;Concurrency cap:&lt;/strong&gt; &lt;code&gt;availableUsers = maxUser − activeUserCount&lt;/code&gt; to hard-limit active seat-map/booking traffic.&lt;/li&gt;&lt;li&gt;&lt;strong&gt;Release formula:&lt;/strong&gt; &lt;code&gt;releasableUsers = min(availableUsers, availableSeatCount * oversubscriptionFactor)&lt;/code&gt; (factor starts at &lt;strong&gt;2&lt;/strong&gt;).&lt;/li&gt;&lt;li&gt;&lt;strong&gt;Oversubscription is tunable:&lt;/strong&gt; Reduce/raise &lt;strong&gt;oversubscriptionFactor&lt;/strong&gt; based on observed reserve-fail rate vs seat idle time.&lt;/li&gt;&lt;li&gt;&lt;strong&gt;WebSocket push:&lt;/strong&gt; Queue notifies clients via &lt;strong&gt;WebSocket&lt;/strong&gt; when released to avoid polling storms.&lt;/li&gt;&lt;li&gt;&lt;strong&gt;Leased admission:&lt;/strong&gt; Released users get a short &lt;strong&gt;lease/TTL&lt;/strong&gt;; expiry reclaims slots and decrements activeUserCount.&lt;/li&gt;&lt;li&gt;&lt;strong&gt;Seat map is informational:&lt;/strong&gt; Seat map may be stale; it’s validated again when user is released.&lt;/li&gt;&lt;li&gt;&lt;strong&gt;Correctness at reservation:&lt;/strong&gt; &lt;strong&gt;ReserveTicket&lt;/strong&gt; re-checks &lt;strong&gt;RDS + Redis&lt;/strong&gt; for selected seatIds before locking.&lt;/li&gt;&lt;li&gt;&lt;strong&gt;Atomic multi-seat lock:&lt;/strong&gt; Reserve either locks &lt;strong&gt;all seats atomically&lt;/strong&gt; or fails (enforces &lt;strong&gt;no partial booking&lt;/strong&gt;).&lt;/li&gt;&lt;li&gt;&lt;strong&gt;Fast fail UX:&lt;/strong&gt; If any selected seat is unavailable/locked, reservation fails and user can re-enter queue.&lt;/li&gt;&lt;li&gt;&lt;strong&gt;Lock semantics:&lt;/strong&gt; Redis holds are &lt;strong&gt;per-seat locks with TTL&lt;/strong&gt;; release happens on cancel/failure or TTL expiry.&lt;/li&gt;&lt;li&gt;&lt;strong&gt;Confirm writes truth:&lt;/strong&gt; Confirmation updates &lt;strong&gt;RDS seats → BOOKED&lt;/strong&gt; transactionally for all selected seats.&lt;/li&gt;&lt;li&gt;&lt;strong&gt;Idempotent booking:&lt;/strong&gt; Reserve/Confirm are &lt;strong&gt;idempotent&lt;/strong&gt; via reservationId/idempotency key to handle retries/double submits.&lt;/li&gt;&lt;li&gt;&lt;strong&gt;Notifications:&lt;/strong&gt; Send Email/SMS on booking &lt;strong&gt;success/failure&lt;/strong&gt; via Notification Service.&lt;/li&gt;&lt;li&gt;&lt;strong&gt;Read-heavy optimization:&lt;/strong&gt; Browse traffic served via &lt;strong&gt;Redis cache&lt;/strong&gt; for events/venues/performers/locations.&lt;/li&gt;&lt;li&gt;&lt;strong&gt;Read/write separation:&lt;/strong&gt; Browse remains highly available even during booking spikes; booking path stays consistent via locks.&lt;/li&gt;&lt;/ul&gt;&lt;/div&gt;" vertex="1">
          <mxGeometry height="30" width="1293" x="788" y="872" as="geometry" />
        </mxCell>
        <mxCell id="AtqJ98JdHEPPUzc0A_OA-81" parent="1" style="text;html=1;whiteSpace=wrap;strokeColor=default;fillColor=#ffe6cc;align=center;verticalAlign=middle;rounded=0;labelBorderColor=none;perimeterSpacing=11;" value="1" vertex="1">
          <mxGeometry height="11" width="14.37" x="366" y="116" as="geometry" />
        </mxCell>
        <mxCell id="AtqJ98JdHEPPUzc0A_OA-82" parent="1" style="text;html=1;whiteSpace=wrap;strokeColor=default;fillColor=#ffe6cc;align=center;verticalAlign=middle;rounded=0;labelBorderColor=none;perimeterSpacing=11;" value="2" vertex="1">
          <mxGeometry height="11" width="14.37" x="687.3199999999999" y="65.5" as="geometry" />
        </mxCell>
        <mxCell id="AtqJ98JdHEPPUzc0A_OA-83" parent="1" style="text;html=1;whiteSpace=wrap;strokeColor=default;fillColor=#ffe6cc;align=center;verticalAlign=middle;rounded=0;labelBorderColor=none;perimeterSpacing=11;" value="3" vertex="1">
          <mxGeometry height="11" width="14.37" x="815.5" y="112" as="geometry" />
        </mxCell>
        <mxCell id="AtqJ98JdHEPPUzc0A_OA-84" parent="1" style="text;html=1;whiteSpace=wrap;strokeColor=default;fillColor=#ffe6cc;align=center;verticalAlign=middle;rounded=0;labelBorderColor=none;perimeterSpacing=11;" value="4" vertex="1">
          <mxGeometry height="11" width="14.37" x="366" y="143.5" as="geometry" />
        </mxCell>
        <mxCell id="AtqJ98JdHEPPUzc0A_OA-85" parent="1" style="text;html=1;whiteSpace=wrap;strokeColor=default;fillColor=#ffe6cc;align=center;verticalAlign=middle;rounded=0;labelBorderColor=none;perimeterSpacing=11;" value="5" vertex="1">
          <mxGeometry height="11" width="14.37" x="366" y="238" as="geometry" />
        </mxCell>
        <mxCell id="AtqJ98JdHEPPUzc0A_OA-86" parent="1" style="text;html=1;whiteSpace=wrap;strokeColor=default;fillColor=#ffe6cc;align=center;verticalAlign=middle;rounded=0;labelBorderColor=none;perimeterSpacing=11;" value="6" vertex="1">
          <mxGeometry height="11" width="14.37" x="1110" y="242" as="geometry" />
        </mxCell>
        <mxCell id="AtqJ98JdHEPPUzc0A_OA-87" parent="1" style="text;html=1;whiteSpace=wrap;strokeColor=default;fillColor=#ffe6cc;align=center;verticalAlign=middle;rounded=0;labelBorderColor=none;perimeterSpacing=11;" value="7" vertex="1">
          <mxGeometry height="11" width="14.37" x="1317" y="157" as="geometry" />
        </mxCell>
        <mxCell id="AtqJ98JdHEPPUzc0A_OA-88" parent="1" style="text;html=1;whiteSpace=wrap;strokeColor=default;fillColor=#ffe6cc;align=center;verticalAlign=middle;rounded=0;labelBorderColor=none;perimeterSpacing=11;" value="8" vertex="1">
          <mxGeometry height="11" width="14.37" x="366" y="261.5" as="geometry" />
        </mxCell>
        <mxCell id="AtqJ98JdHEPPUzc0A_OA-89" parent="1" style="text;html=1;whiteSpace=wrap;strokeColor=default;fillColor=#ffe6cc;align=center;verticalAlign=middle;rounded=0;labelBorderColor=none;perimeterSpacing=11;" value="9" vertex="1">
          <mxGeometry height="11" width="14.37" x="363.63" y="290" as="geometry" />
        </mxCell>
        <mxCell id="AtqJ98JdHEPPUzc0A_OA-90" parent="1" style="text;html=1;whiteSpace=wrap;strokeColor=default;fillColor=#ffe6cc;align=center;verticalAlign=middle;rounded=0;labelBorderColor=none;perimeterSpacing=11;" value="10" vertex="1">
          <mxGeometry height="11" width="14.37" x="1203" y="317" as="geometry" />
        </mxCell>
        <mxCell id="AtqJ98JdHEPPUzc0A_OA-91" parent="1" style="text;html=1;whiteSpace=wrap;strokeColor=default;fillColor=#ffe6cc;align=center;verticalAlign=middle;rounded=0;labelBorderColor=none;perimeterSpacing=11;" value="11" vertex="1">
          <mxGeometry height="11" width="14.37" x="1317" y="363.5" as="geometry" />
        </mxCell>
        <mxCell id="AtqJ98JdHEPPUzc0A_OA-92" parent="1" style="text;html=1;whiteSpace=wrap;strokeColor=default;fillColor=#ffe6cc;align=center;verticalAlign=middle;rounded=0;labelBorderColor=none;perimeterSpacing=11;" value="12" vertex="1">
          <mxGeometry height="11" width="14.37" x="363.63" y="310.5" as="geometry" />
        </mxCell>
        <mxCell id="AtqJ98JdHEPPUzc0A_OA-93" parent="1" style="text;html=1;whiteSpace=wrap;strokeColor=default;fillColor=#ffe6cc;align=center;verticalAlign=middle;rounded=0;labelBorderColor=none;perimeterSpacing=11;" value="13" vertex="1">
          <mxGeometry height="11" width="14.37" x="325" y="647" as="geometry" />
        </mxCell>
        <mxCell id="AtqJ98JdHEPPUzc0A_OA-94" parent="1" style="text;html=1;whiteSpace=wrap;strokeColor=default;fillColor=#ffe6cc;align=center;verticalAlign=middle;rounded=0;labelBorderColor=none;perimeterSpacing=11;" value="14" vertex="1">
          <mxGeometry height="11" width="14.37" x="269.37" y="580" as="geometry" />
        </mxCell>
        <mxCell id="AtqJ98JdHEPPUzc0A_OA-95" parent="1" style="text;html=1;whiteSpace=wrap;strokeColor=default;fillColor=#ffe6cc;align=center;verticalAlign=middle;rounded=0;labelBorderColor=none;perimeterSpacing=11;" value="15" vertex="1">
          <mxGeometry height="11" width="14.37" x="363.63" y="432.5" as="geometry" />
        </mxCell>
        <mxCell id="AtqJ98JdHEPPUzc0A_OA-96" edge="1" parent="1" source="dMjLUbfOzXkTQUA531XS-57" style="edgeStyle=orthogonalEdgeStyle;rounded=0;orthogonalLoop=1;jettySize=auto;html=1;entryX=0;entryY=0.725;entryDx=0;entryDy=0;entryPerimeter=0;" target="8WxnnMFKF0vpLti6PXvg-43">
          <mxGeometry relative="1" as="geometry" />
        </mxCell>
        <mxCell id="AtqJ98JdHEPPUzc0A_OA-97" parent="1" style="text;html=1;whiteSpace=wrap;strokeColor=default;fillColor=#ffe6cc;align=center;verticalAlign=middle;rounded=0;labelBorderColor=none;perimeterSpacing=11;" value="16" vertex="1">
          <mxGeometry height="11" width="14.37" x="1319" y="432.5" as="geometry" />
        </mxCell>
        <mxCell id="AtqJ98JdHEPPUzc0A_OA-98" parent="1" style="text;html=1;whiteSpace=wrap;strokeColor=default;fillColor=#ffe6cc;align=center;verticalAlign=middle;rounded=0;labelBorderColor=none;perimeterSpacing=11;" value="17" vertex="1">
          <mxGeometry height="11" width="14.37" x="363.63" y="456" as="geometry" />
        </mxCell>
        <mxCell id="AtqJ98JdHEPPUzc0A_OA-99" parent="1" style="text;html=1;whiteSpace=wrap;strokeColor=default;fillColor=#ffe6cc;align=center;verticalAlign=middle;rounded=0;labelBorderColor=none;perimeterSpacing=11;" value="17" vertex="1">
-           <mxGeometry height="11" width="14.37" x="691" y="661" as="geometry" />
+           <mxGeometry height="11" width="14.37" x="695" y="639" as="geometry" />
        </mxCell>
        <mxCell id="AtqJ98JdHEPPUzc0A_OA-107" edge="1" parent="1" source="dMjLUbfOzXkTQUA531XS-28" style="edgeStyle=orthogonalEdgeStyle;rounded=0;orthogonalLoop=1;jettySize=auto;html=1;entryX=0.862;entryY=0.989;entryDx=0;entryDy=0;entryPerimeter=0;" target="8WxnnMFKF0vpLti6PXvg-3">
          <mxGeometry relative="1" as="geometry">
            <Array as="points">
              <mxPoint x="690" y="396" />
              <mxPoint x="1295" y="396" />
            </Array>
          </mxGeometry>
        </mxCell>
        <mxCell id="AtqJ98JdHEPPUzc0A_OA-108" parent="1" style="text;html=1;whiteSpace=wrap;strokeColor=none;fillColor=none;align=center;verticalAlign=middle;rounded=0;" value="failure/cancellation : delete redis seat lock" vertex="1">
          <mxGeometry height="30" width="250" x="818" y="372" as="geometry" />
        </mxCell>
        <mxCell id="AtqJ98JdHEPPUzc0A_OA-110" parent="1" style="text;html=1;whiteSpace=wrap;strokeColor=default;fillColor=#ffe6cc;align=center;verticalAlign=middle;rounded=0;labelBorderColor=none;perimeterSpacing=11;" value="12/14 - Faliure Path" vertex="1">
          <mxGeometry height="11" width="108" x="701.69" y="378" as="geometry" />
        </mxCell>
        <mxCell id="AtqJ98JdHEPPUzc0A_OA-112" edge="1" parent="1" style="endArrow=classic;startArrow=classic;html=1;rounded=0;exitX=0.992;exitY=0.575;exitDx=0;exitDy=0;exitPerimeter=0;entryX=0;entryY=0.5;entryDx=0;entryDy=0;" value="">
          <mxGeometry height="50" relative="1" width="50" as="geometry">
            <mxPoint x="352.51" y="348.67499999999995" as="sourcePoint" />
            <mxPoint x="566.4959999999999" y="347.5" as="targetPoint" />
          </mxGeometry>
        </mxCell>
        <mxCell id="AtqJ98JdHEPPUzc0A_OA-113" parent="1" style="text;html=1;whiteSpace=wrap;strokeColor=default;fillColor=#ffe6cc;align=center;verticalAlign=middle;rounded=0;labelBorderColor=none;perimeterSpacing=11;" value="14 Payment Failure" vertex="1">
          <mxGeometry height="11" width="144.37" x="357.37" y="355" as="geometry" />
        </mxCell>
        <mxCell id="AtqJ98JdHEPPUzc0A_OA-114" parent="1" style="text;whiteSpace=wrap;html=1;fontFamily=Helvetica;fontStyle=2" value="&lt;div style=&quot;font-size: 14px; font-weight: 400; line-height: 20px;&quot;&gt;POST&amp;nbsp;&lt;code&gt;/v1/reserveTicket/{reservationId}/cancel&lt;/code&gt;&lt;/div&gt;" vertex="1">
          <mxGeometry height="11" width="286" x="351" y="357" as="geometry" />
        </mxCell>
        <mxCell id="AtqJ98JdHEPPUzc0A_OA-121" parent="1" style="text;html=1;whiteSpace=wrap;strokeColor=default;fillColor=#ffe6cc;align=center;verticalAlign=middle;rounded=0;labelBorderColor=none;perimeterSpacing=11;" value="12/14 - Faliure Path" vertex="1">
          <mxGeometry height="11" width="108" x="472" y="692.5" as="geometry" />
+         </mxCell>
+         <mxCell id="AtqJ98JdHEPPUzc0A_OA-123" edge="1" parent="1" style="endArrow=classic;startArrow=classic;html=1;rounded=0;entryX=0.02;entryY=0.303;entryDx=0;entryDy=0;entryPerimeter=0;" target="8WxnnMFKF0vpLti6PXvg-43" value="">
+           <mxGeometry height="50" relative="1" width="50" as="geometry">
+             <mxPoint x="808" y="129" as="sourcePoint" />
+             <mxPoint x="1013" y="223" as="targetPoint" />
+           </mxGeometry>
        </mxCell>
      </root>
    </mxGraphModel>
  </diagram>
</mxfile>
